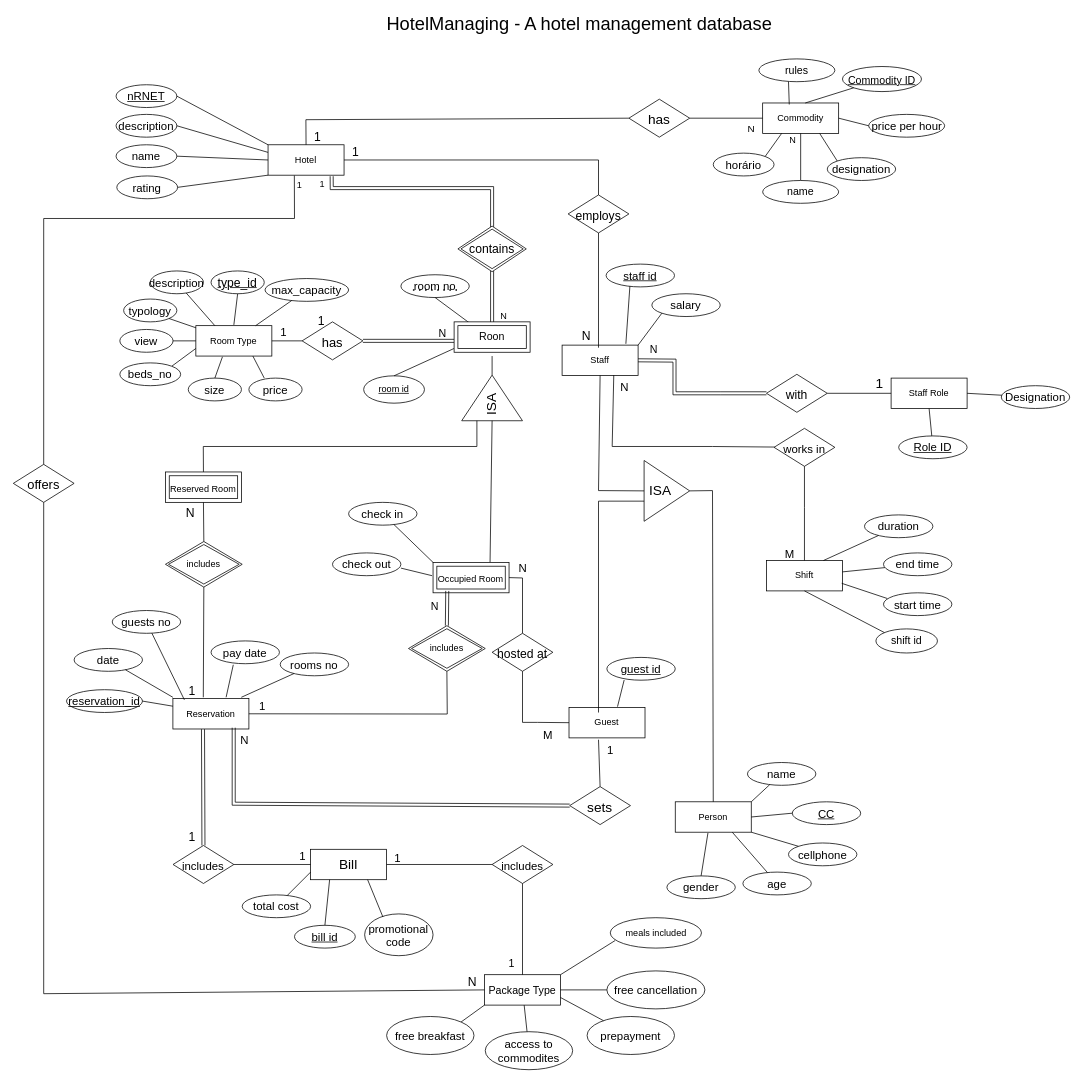
Earlier version of the draw.io diagram HotelManagingER.drawio (icbaptista/HotelManaging). Source tidied: cells renumbered, new cells numbered last; positions are measured from the earlier drawing's top-left corner, leaving out a move shared by most shapes. Both pictures are drawn from the tidied source at 76%, with x=0, y=0 at pixel (13, 13).
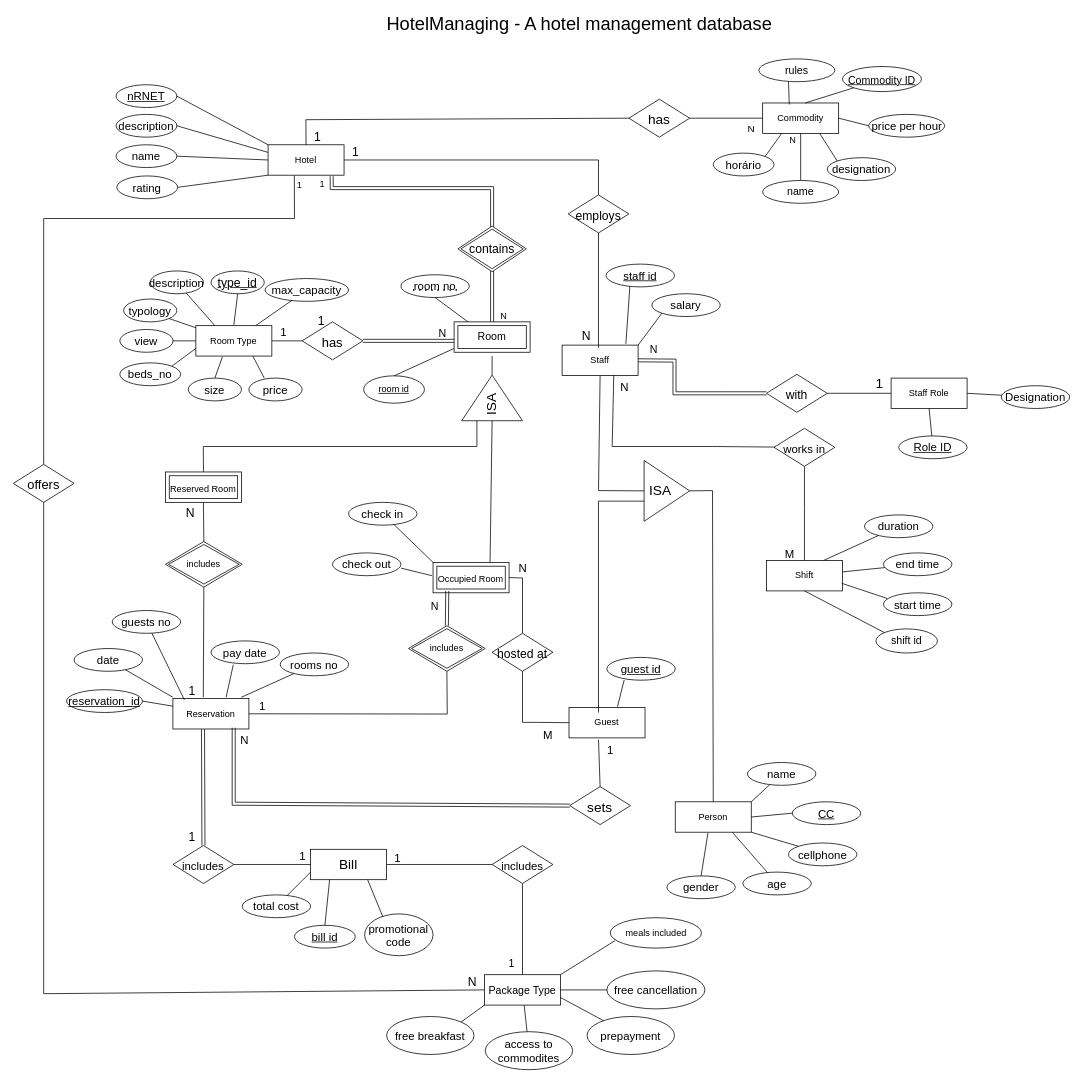
Above is the later version.

What changed in the source:
```diff
@@
-    <mxCell id="168" value="Roon" style="shape=ext;margin=3;double=1;whiteSpace=wrap;html=1;align=center;fontSize=14;" parent="1" vertex="1">
+    <mxCell id="168" value="Room" style="shape=ext;margin=3;double=1;whiteSpace=wrap;html=1;align=center;fontSize=14;" parent="1" vertex="1">
       <mxGeometry x="580" y="406" width="100" height="40" as="geometry" />
     </mxCell>
```
